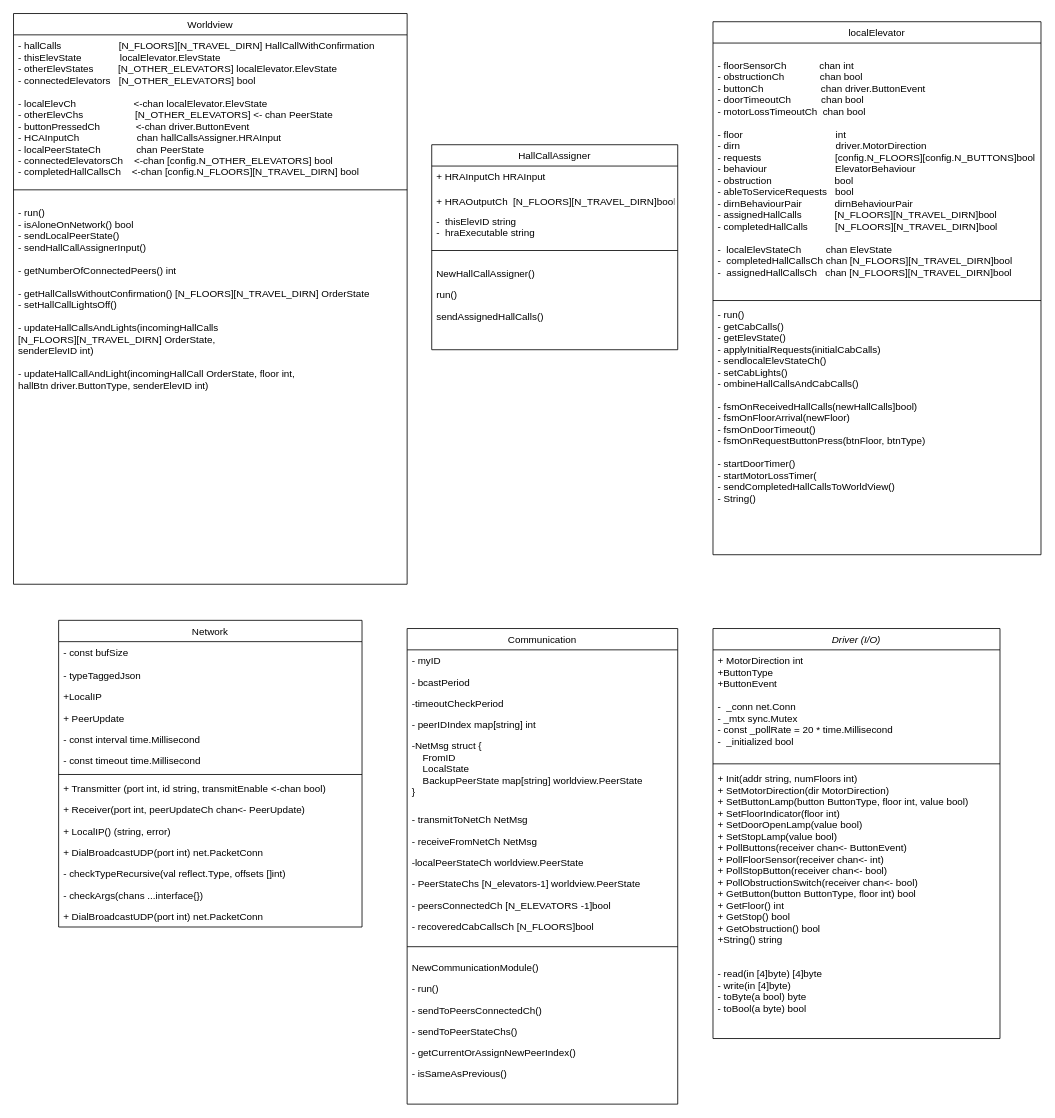
Above: Diagrammer/final_class_diagram.drawio in MathiasSagerup/Sanntid (draw.io), before the change. Source tidied: cells renumbered, new cells numbered last; positions are measured from the earlier drawing's top-left corner, leaving out a move shared by most shapes. Both pictures are drawn from the tidied source at 82%, with x=0, y=0 at pixel (13, 13).
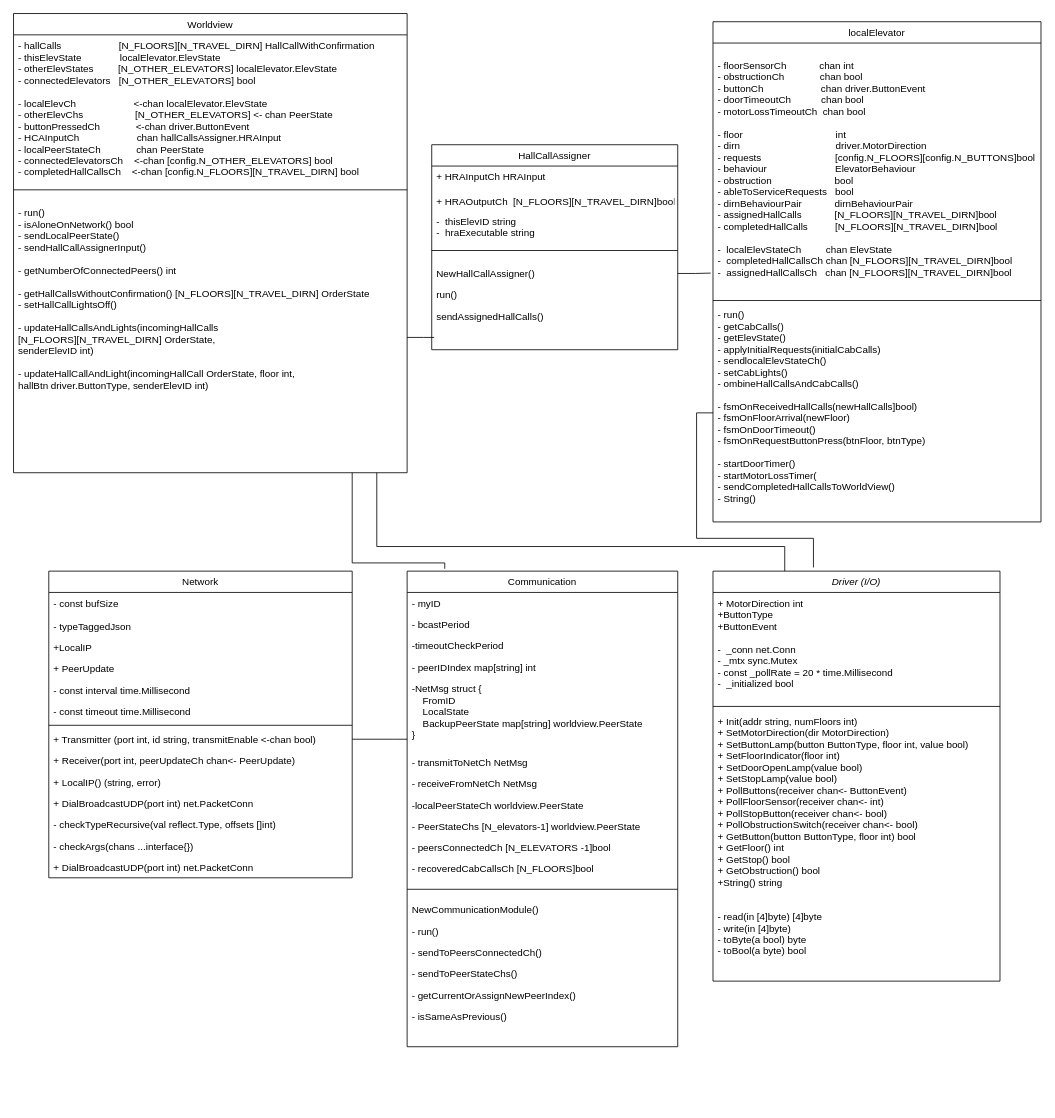
Above is the later version.

Unchanged cells that the change refers to:
```xml
<mxCell id="7" value="&#10;- floorSensorCh            chan int&#10;- obstructionCh             chan bool&#10;- buttonCh                     chan driver.ButtonEvent&#10;- doorTimeoutCh           chan bool&#10;- motorLossTimeoutCh  chan bool&#10;&#10;- floor                                  int&#10;- dirn                                   driver.MotorDirection&#10;- requests                           [config.N_FLOORS][config.N_BUTTONS]bool&#10;- behaviour                         ElevatorBehaviour&#10;- obstruction                       bool&#10;- ableToServiceRequests   bool&#10;- dirnBehaviourPair            dirnBehaviourPair&#10;- assignedHallCalls            [N_FLOORS][N_TRAVEL_DIRN]bool&#10;- completedHallCalls          [N_FLOORS][N_TRAVEL_DIRN]bool&#10;    &#10;-  localElevStateCh         chan ElevState&#10;-  completedHallCallsCh chan [N_FLOORS][N_TRAVEL_DIRN]bool&#10;-  assignedHallCallsCh   chan [N_FLOORS][N_TRAVEL_DIRN]bool" style="text;align=left;verticalAlign=top;spacingLeft=4;spacingRight=4;overflow=hidden;points=[[0,0.5],[1,0.5]];portConstraint=eastwest;rounded=0;shadow=0;html=0;" parent="6" vertex="1">
  <mxGeometry y="26" width="400" height="310" as="geometry" />
</mxCell>
<mxCell id="9" value="- run()&#10;- getCabCalls()&#10;- getElevState()&#10;- applyInitialRequests(initialCabCalls)&#10;- sendlocalElevStateCh()&#10;- setCabLights()&#10;- ombineHallCallsAndCabCalls()&#10;&#10;- fsmOnReceivedHallCalls(newHallCalls]bool)&#10;- fsmOnFloorArrival(newFloor)&#10;- fsmOnDoorTimeout()&#10;- fsmOnRequestButtonPress(btnFloor, btnType)&#10;&#10;- startDoorTimer()&#10;- startMotorLossTimer(&#10;- sendCompletedHallCallsToWorldView()&#10;- String()&#10;&#10;&#10;" style="text;align=left;verticalAlign=top;spacingLeft=4;spacingRight=4;overflow=hidden;points=[[0,0.5],[1,0.5]];portConstraint=eastwest;rounded=0;shadow=0;html=0;" parent="6" vertex="1">
  <mxGeometry y="344" width="400" height="266" as="geometry" />
</mxCell>
<mxCell id="15" value="-NetMsg struct {&#10;    FromID&#10;    LocalState&#10;    BackupPeerState map[string] worldview.PeerState&#10;}&#10;" style="text;align=left;verticalAlign=top;spacingLeft=4;spacingRight=4;overflow=hidden;points=[[0,0.5],[1,0.5]];portConstraint=eastwest;rounded=0;shadow=0;html=0;" parent="10" vertex="1">
  <mxGeometry y="130" width="330" height="90" as="geometry" />
</mxCell>
<mxCell id="32" value="- run()&#10;- isAloneOnNetwork() bool&#10;- sendLocalPeerState()&#10;- sendHallCallAssignerInput()&#10;&#10;- getNumberOfConnectedPeers() int&#10;&#10;- getHallCallsWithoutConfirmation() [N_FLOORS][N_TRAVEL_DIRN] OrderState&#10;- setHallCallLightsOff()&#10;&#10;- updateHallCallsAndLights(incomingHallCalls &#10;[N_FLOORS][N_TRAVEL_DIRN] OrderState, &#10;senderElevID int)&#10;&#10;- updateHallCallAndLight(incomingHallCall OrderState, floor int, &#10;hallBtn driver.ButtonType, senderElevID int)&#10;&#10;" style="text;align=left;verticalAlign=top;spacingLeft=4;spacingRight=4;overflow=hidden;points=[[0,0.5],[1,0.5]];portConstraint=eastwest;rounded=0;shadow=0;html=0;" parent="29" vertex="1">
  <mxGeometry y="230" width="480" height="330" as="geometry" />
</mxCell>
<mxCell id="38" value="NewHallCallAssigner()" style="text;align=left;verticalAlign=top;spacingLeft=4;spacingRight=4;overflow=hidden;points=[[0,0.5],[1,0.5]];portConstraint=eastwest;rounded=0;shadow=0;html=0;" parent="33" vertex="1">
  <mxGeometry y="144" width="300" height="26" as="geometry" />
</mxCell>
<mxCell id="49" value="+ Transmitter (port int, id string, transmitEnable &lt;-chan bool)" style="text;align=left;verticalAlign=top;spacingLeft=4;spacingRight=4;overflow=hidden;points=[[0,0.5],[1,0.5]];portConstraint=eastwest;rounded=0;shadow=0;html=0;" parent="41" vertex="1">
  <mxGeometry y="192" width="370" height="26" as="geometry" />
</mxCell>
```

The edit, as a diff of the source:
```diff
@@
     <mxCell id="2" value="Driver (I/O)" style="swimlane;fontStyle=2;align=center;verticalAlign=top;horizontal=1;startSize=26;rounded=0;shadow=0;strokeWidth=1;" parent="1" vertex="1">
-      <mxGeometry x="853" y="750" width="350" height="500" as="geometry" />
+      <mxGeometry x="853" y="680" width="350" height="500" as="geometry" />
     </mxCell>
@@
     <mxCell id="6" value="localElevator" style="swimlane;fontStyle=0;align=center;verticalAlign=top;horizontal=1;startSize=26;rounded=0;shadow=0;strokeWidth=1;" parent="1" vertex="1">
-      <mxGeometry x="853" y="10" width="400" height="650" as="geometry" />
+      <mxGeometry x="853" y="10" width="400" height="610" as="geometry" />
     </mxCell>
@@
     <mxCell id="10" value="Communication" style="swimlane;fontStyle=0;align=center;verticalAlign=top;horizontal=1;startSize=26;rounded=0;shadow=0;strokeWidth=1;" parent="1" vertex="1">
-      <mxGeometry x="480" y="750" width="330" height="580" as="geometry" />
+      <mxGeometry x="480" y="680" width="330" height="580" as="geometry" />
     </mxCell>
@@
     <mxCell id="29" value="Worldview" style="swimlane;fontStyle=0;align=center;verticalAlign=top;horizontal=1;startSize=26;rounded=0;shadow=0;strokeWidth=1;" parent="1" vertex="1">
-      <mxGeometry width="480" height="696" as="geometry" />
+      <mxGeometry width="480" height="560" as="geometry" />
     </mxCell>
@@
+    <mxCell id="56" style="edgeStyle=orthogonalEdgeStyle;rounded=0;jettySize=auto;html=1;endArrow=none;endFill=0;" parent="29" edge="1" source="32">
+      <mxGeometry relative="1" as="geometry">
+        <mxPoint x="513" y="395" as="targetPoint" />
+      </mxGeometry>
+    </mxCell>
@@
     <mxCell id="41" value="Network" style="swimlane;fontStyle=0;align=center;verticalAlign=top;horizontal=1;startSize=26;rounded=0;shadow=0;strokeWidth=1;" parent="1" vertex="1">
-      <mxGeometry x="55" y="740" width="370" height="374" as="geometry" />
+      <mxGeometry x="43" y="680" width="370" height="374" as="geometry" />
     </mxCell>
@@
+    <mxCell id="57" style="edgeStyle=orthogonalEdgeStyle;rounded=0;jettySize=auto;html=1;entryX=0.35;entryY=-0.009;entryDx=0;entryDy=0;entryPerimeter=0;endArrow=none;endFill=0;" parent="1" edge="1" source="9" target="2">
+      <mxGeometry relative="1" as="geometry">
+        <Array as="points">
+          <mxPoint x="833" y="487" />
+          <mxPoint x="833" y="640" />
+          <mxPoint x="976" y="640" />
+        </Array>
+      </mxGeometry>
+    </mxCell>
+    <mxCell id="58" style="edgeStyle=orthogonalEdgeStyle;rounded=0;jettySize=auto;html=1;entryX=0.25;entryY=0;entryDx=0;entryDy=0;endArrow=none;endFill=0;" parent="1" edge="1" source="32" target="2">
+      <mxGeometry relative="1" as="geometry">
+        <Array as="points">
+          <mxPoint x="443" y="650" />
+          <mxPoint x="941" y="650" />
+        </Array>
+      </mxGeometry>
+    </mxCell>
+    <mxCell id="59" style="edgeStyle=orthogonalEdgeStyle;rounded=0;jettySize=auto;html=1;entryX=0.139;entryY=-0.005;entryDx=0;entryDy=0;entryPerimeter=0;endArrow=none;endFill=0;" parent="1" edge="1" source="32" target="10">
+      <mxGeometry relative="1" as="geometry">
+        <Array as="points">
+          <mxPoint x="413" y="670" />
+          <mxPoint x="526" y="670" />
+        </Array>
+      </mxGeometry>
+    </mxCell>
+    <mxCell id="60" style="edgeStyle=orthogonalEdgeStyle;rounded=0;jettySize=auto;html=1;endArrow=none;endFill=0;" parent="1" edge="1" source="15" target="49">
+      <mxGeometry relative="1" as="geometry">
+        <Array as="points">
+          <mxPoint x="463" y="885" />
+          <mxPoint x="463" y="885" />
+        </Array>
+      </mxGeometry>
+    </mxCell>
+    <mxCell id="61" style="edgeStyle=orthogonalEdgeStyle;rounded=0;jettySize=auto;html=1;entryX=-0.007;entryY=0.905;entryDx=0;entryDy=0;entryPerimeter=0;endArrow=none;endFill=0;" parent="1" edge="1" source="38" target="7">
+      <mxGeometry relative="1" as="geometry" />
+    </mxCell>
```
